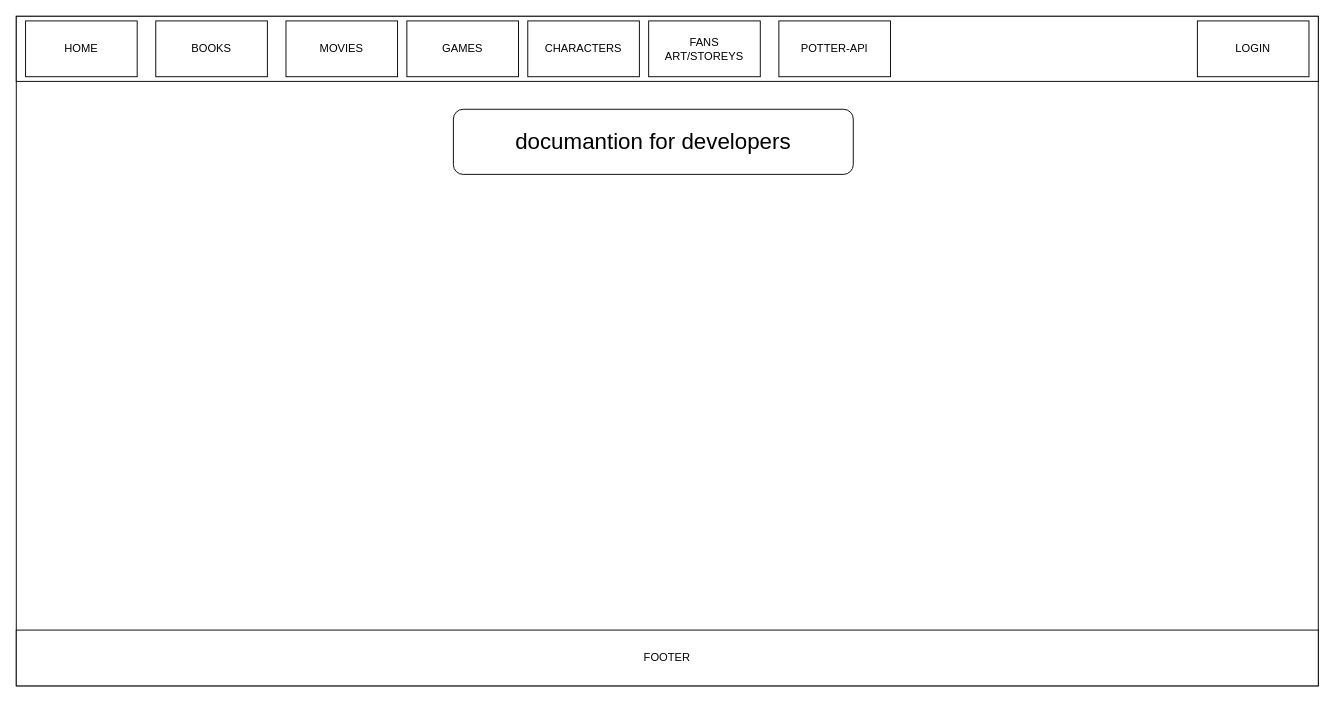
Earlier version of the draw.io diagram page "POTTER-API" (7 of 7) of pseudo/Mock site.drawio (t-bendet/potter-front-end-react). Source tidied: cells renumbered, new cells numbered last; positions are measured from the earlier drawing's top-left corner, leaving out a move shared by most shapes. Both pictures are drawn from the tidied source at 93%, with x=0, y=0 at pixel (16, 16).
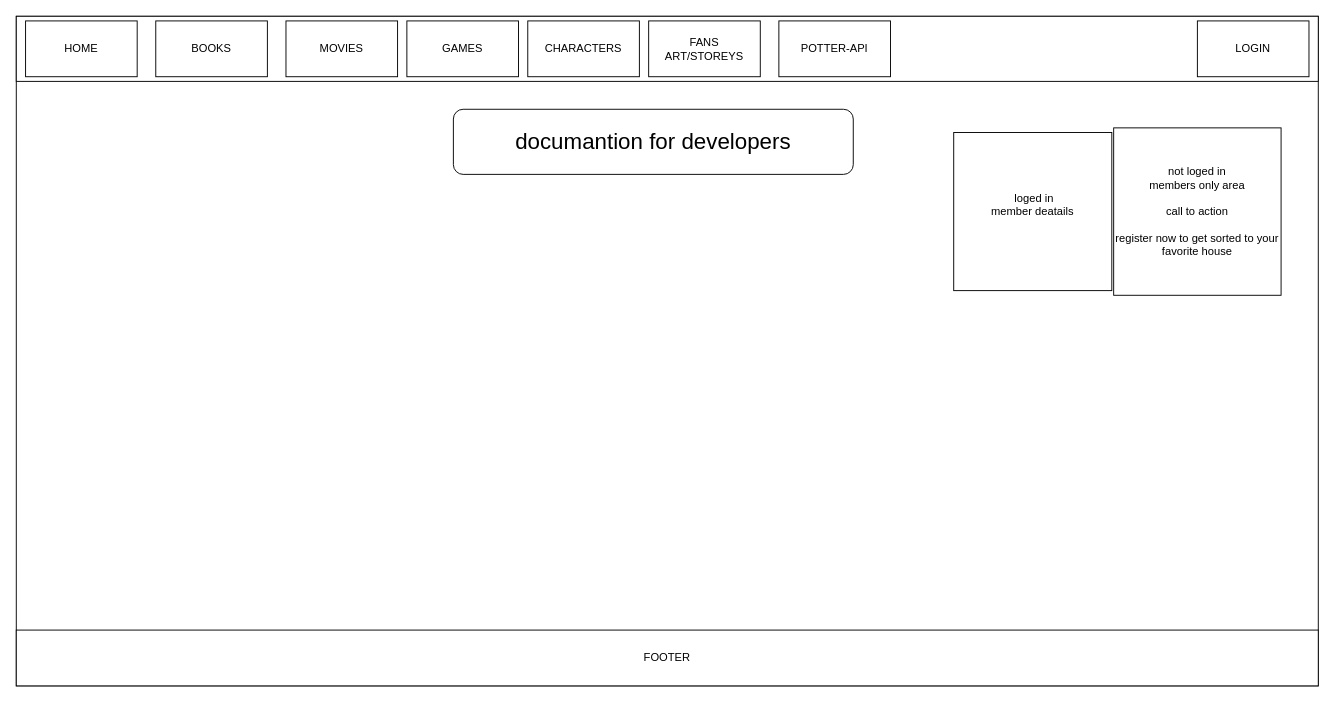
The same diagram, later.

The edit, as a diff of the source:
```diff
@@
 <mxGraphModel>
   <root>
     <mxCell id="0" />
     <mxCell id="1" parent="0" />
     <mxCell id="2" style="rounded=0;whiteSpace=wrap;html=1;" parent="1" vertex="1">
       <mxGeometry width="1400" height="720" as="geometry" />
     </mxCell>
     <mxCell id="3" style="rounded=0;whiteSpace=wrap;html=1;" parent="1" vertex="1">
       <mxGeometry width="1400" height="70" as="geometry" />
     </mxCell>
     <mxCell id="4" value="HOME&lt;br&gt;" style="rounded=0;whiteSpace=wrap;html=1;" parent="1" vertex="1">
       <mxGeometry x="10" y="5" width="120" height="60" as="geometry" />
     </mxCell>
     <mxCell id="5" value="BOOKS" style="rounded=0;whiteSpace=wrap;html=1;" parent="1" vertex="1">
       <mxGeometry x="150" y="5" width="120" height="60" as="geometry" />
     </mxCell>
     <mxCell id="6" value="GAMES&lt;br&gt;" style="rounded=0;whiteSpace=wrap;html=1;" parent="1" vertex="1">
       <mxGeometry x="420" y="5" width="120" height="60" as="geometry" />
     </mxCell>
     <mxCell id="7" value="CHARACTERS" style="rounded=0;whiteSpace=wrap;html=1;" parent="1" vertex="1">
       <mxGeometry x="550" y="5" width="120" height="60" as="geometry" />
     </mxCell>
     <mxCell id="8" value="MOVIES&lt;br&gt;" style="rounded=0;whiteSpace=wrap;html=1;" parent="1" vertex="1">
       <mxGeometry x="290" y="5" width="120" height="60" as="geometry" />
     </mxCell>
     <mxCell id="9" value="FANS ART/STOREYS" style="rounded=0;whiteSpace=wrap;html=1;" parent="1" vertex="1">
       <mxGeometry x="680" y="5" width="120" height="60" as="geometry" />
     </mxCell>
     <mxCell id="10" value="POTTER-API" style="rounded=0;whiteSpace=wrap;html=1;" parent="1" vertex="1">
       <mxGeometry x="820" y="5" width="120" height="60" as="geometry" />
     </mxCell>
     <mxCell id="11" value="LOGIN" style="rounded=0;whiteSpace=wrap;html=1;" parent="1" vertex="1">
       <mxGeometry x="1270" y="5" width="120" height="60" as="geometry" />
     </mxCell>
     <mxCell id="12" value="FOOTER" style="rounded=0;whiteSpace=wrap;html=1;" parent="1" vertex="1">
       <mxGeometry y="660" width="1400" height="60" as="geometry" />
     </mxCell>
     <mxCell id="13" value="&lt;font style=&quot;font-size: 24px&quot;&gt;documantion for developers&lt;/font&gt;" style="rounded=1;whiteSpace=wrap;html=1;" parent="1" vertex="1">
       <mxGeometry x="470" y="100" width="430" height="70" as="geometry" />
     </mxCell>
+    <mxCell id="14" value="not loged in&lt;br&gt;members only area&lt;br&gt;&lt;br&gt;call to action&lt;br&gt;&lt;br&gt;register now to get sorted to your favorite house" style="whiteSpace=wrap;html=1;" parent="1" vertex="1">
+      <mxGeometry x="1180" y="120" width="180" height="180" as="geometry" />
+    </mxCell>
+    <mxCell id="15" value="&amp;nbsp;loged in&lt;br&gt;member deatails&lt;br&gt;&lt;br&gt;" style="whiteSpace=wrap;html=1;" parent="1" vertex="1">
+      <mxGeometry x="1008" y="125" width="170" height="170" as="geometry" />
+    </mxCell>
   </root>
 </mxGraphModel>
```
